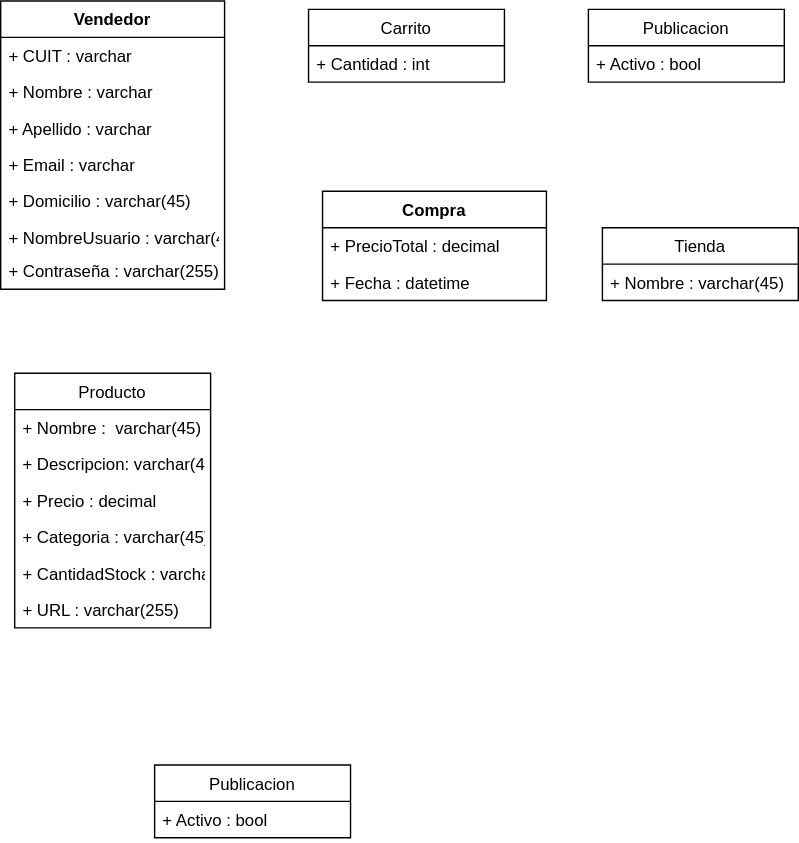
The draw.io diagram Tienda-Online-Vendedorr-main/BD_TiendaOnline/DER.drawio.svg in Bruneizer/Tienda-Online-Vendedorr, before a commit. Source tidied: cells renumbered, new cells last; positions are measured from the earlier drawing's top-left corner, leaving out a move shared by most shapes. Source of this version:
```xml
<mxGraphModel>
  <root>
    <mxCell id="0" />
    <mxCell id="1" parent="0" />
    <mxCell id="2" value="Vendedor" style="swimlane;fontStyle=1;align=center;verticalAlign=top;horizontal=1;startSize=26;" parent="1" vertex="1">
      <mxGeometry width="160" height="206" as="geometry" />
    </mxCell>
    <mxCell id="3" value="+ CUIT : varchar" style="text;strokeColor=none;fillColor=none;align=left;verticalAlign=top;spacingLeft=4;spacingRight=4;overflow=hidden;" parent="2" vertex="1">
      <mxGeometry y="26" width="160" height="26" as="geometry" />
    </mxCell>
    <mxCell id="4" value="+ Nombre : varchar" style="text;strokeColor=none;fillColor=none;align=left;verticalAlign=top;spacingLeft=4;spacingRight=4;overflow=hidden;points=[[0,0.5],[1,0.5]];portConstraint=eastwest;" parent="2" vertex="1">
      <mxGeometry y="52" width="160" height="26" as="geometry" />
    </mxCell>
    <mxCell id="5" value="+ Apellido : varchar" style="text;strokeColor=none;fillColor=none;align=left;verticalAlign=top;spacingLeft=4;spacingRight=4;overflow=hidden;" parent="2" vertex="1">
      <mxGeometry y="78" width="160" height="26" as="geometry" />
    </mxCell>
    <mxCell id="6" value="+ Email : varchar" style="text;strokeColor=none;fillColor=none;align=left;verticalAlign=top;spacingLeft=4;spacingRight=4;overflow=hidden;" parent="2" vertex="1">
      <mxGeometry y="104" width="160" height="26" as="geometry" />
    </mxCell>
    <mxCell id="7" value="+ Domicilio : varchar(45)" style="text;strokeColor=none;fillColor=none;align=left;verticalAlign=top;spacingLeft=4;spacingRight=4;overflow=hidden;" parent="2" vertex="1">
      <mxGeometry y="130" width="160" height="26" as="geometry" />
    </mxCell>
    <mxCell id="8" value="+ NombreUsuario : varchar(45)" style="text;strokeColor=none;fillColor=none;align=left;verticalAlign=top;spacingLeft=4;spacingRight=4;overflow=hidden;" parent="2" vertex="1">
      <mxGeometry y="156" width="160" height="24" as="geometry" />
    </mxCell>
    <mxCell id="9" value="+ Contraseña : varchar(255)" style="text;strokeColor=none;fillColor=none;align=left;verticalAlign=top;spacingLeft=4;spacingRight=4;overflow=hidden;points=[[0,0.5],[1,0.5]];portConstraint=eastwest;" parent="2" vertex="1">
      <mxGeometry y="180" width="160" height="26" as="geometry" />
    </mxCell>
    <mxCell id="10" value="Producto" style="swimlane;fontStyle=0;horizontal=1;startSize=26;fillColor=none;" parent="1" vertex="1">
      <mxGeometry x="10" y="266" width="140" height="182" as="geometry" />
    </mxCell>
    <mxCell id="11" value="+ Nombre :  varchar(45)" style="text;strokeColor=none;fillColor=none;align=left;verticalAlign=top;spacingLeft=4;spacingRight=4;overflow=hidden;" parent="10" vertex="1">
      <mxGeometry y="26" width="140" height="26" as="geometry" />
    </mxCell>
    <mxCell id="12" value="+ Descripcion: varchar(45) " style="text;strokeColor=none;fillColor=none;align=left;verticalAlign=top;spacingLeft=4;spacingRight=4;overflow=hidden;" parent="10" vertex="1">
      <mxGeometry y="52" width="140" height="26" as="geometry" />
    </mxCell>
    <mxCell id="13" value="+ Precio : decimal" style="text;strokeColor=none;fillColor=none;align=left;verticalAlign=top;spacingLeft=4;spacingRight=4;overflow=hidden;" parent="10" vertex="1">
      <mxGeometry y="78" width="140" height="26" as="geometry" />
    </mxCell>
    <mxCell id="14" style="edgeStyle=none;html=1;exitX=0.75;exitY=1;exitDx=0;exitDy=0;" parent="10" edge="1" target="16">
      <mxGeometry relative="1" as="geometry">
        <mxPoint x="105" y="130" as="sourcePoint" />
      </mxGeometry>
    </mxCell>
    <mxCell id="15" value="+ Categoria : varchar(45)" style="text;strokeColor=none;fillColor=none;align=left;verticalAlign=top;spacingLeft=4;spacingRight=4;overflow=hidden;" parent="10" vertex="1">
      <mxGeometry y="104" width="140" height="26" as="geometry" />
    </mxCell>
    <mxCell id="16" value="+ CantidadStock : varchar(45)&#10;" style="text;strokeColor=none;fillColor=none;align=left;verticalAlign=top;spacingLeft=4;spacingRight=4;overflow=hidden;points=[[0,0.5],[1,0.5]];portConstraint=eastwest;" parent="10" vertex="1">
      <mxGeometry y="130" width="140" height="26" as="geometry" />
    </mxCell>
    <mxCell id="17" value="+ URL : varchar(255)" style="text;strokeColor=none;fillColor=none;align=left;verticalAlign=top;spacingLeft=4;spacingRight=4;overflow=hidden;points=[[0,0.5],[1,0.5]];portConstraint=eastwest;" parent="10" vertex="1">
      <mxGeometry y="156" width="140" height="26" as="geometry" />
    </mxCell>
    <mxCell id="18" value="Compra" style="swimlane;fontStyle=1;align=center;verticalAlign=top;horizontal=1;startSize=26;" parent="1" vertex="1">
      <mxGeometry x="230" y="136" width="160" height="78" as="geometry" />
    </mxCell>
    <mxCell id="19" value="+ PrecioTotal : decimal" style="text;strokeColor=none;fillColor=none;align=left;verticalAlign=top;spacingLeft=4;spacingRight=4;overflow=hidden;" parent="18" vertex="1">
      <mxGeometry y="26" width="160" height="26" as="geometry" />
    </mxCell>
    <mxCell id="20" value="+ Fecha : datetime" style="text;strokeColor=none;fillColor=none;align=left;verticalAlign=top;spacingLeft=4;spacingRight=4;overflow=hidden;" parent="18" vertex="1">
      <mxGeometry y="52" width="160" height="26" as="geometry" />
    </mxCell>
    <mxCell id="21" value="Carrito" style="swimlane;fontStyle=0;horizontal=1;startSize=26;fillColor=none;" parent="1" vertex="1">
      <mxGeometry x="220" y="6" width="140" height="52" as="geometry" />
    </mxCell>
    <mxCell id="22" value="+ Cantidad : int" style="text;strokeColor=none;fillColor=none;align=left;verticalAlign=top;spacingLeft=4;spacingRight=4;overflow=hidden;" parent="21" vertex="1">
      <mxGeometry y="26" width="140" height="26" as="geometry" />
    </mxCell>
    <mxCell id="23" value="Publicacion" style="swimlane;fontStyle=0;horizontal=1;startSize=26;fillColor=none;" parent="1" vertex="1">
      <mxGeometry x="110" y="546" width="140" height="52" as="geometry" />
    </mxCell>
    <mxCell id="24" value="+ Activo : bool" style="text;strokeColor=none;fillColor=none;align=left;verticalAlign=top;spacingLeft=4;spacingRight=4;overflow=hidden;" parent="23" vertex="1">
      <mxGeometry y="26" width="140" height="26" as="geometry" />
    </mxCell>
    <mxCell id="25" value="Tienda" style="swimlane;fontStyle=0;horizontal=1;startSize=26;fillColor=none;" parent="1" vertex="1">
      <mxGeometry x="430" y="162" width="140" height="52" as="geometry" />
    </mxCell>
    <mxCell id="26" value="+ Nombre : varchar(45)" style="text;strokeColor=none;fillColor=none;align=left;verticalAlign=top;spacingLeft=4;spacingRight=4;overflow=hidden;" parent="25" vertex="1">
      <mxGeometry y="26" width="140" height="26" as="geometry" />
    </mxCell>
    <mxCell id="27" value="Publicacion" style="swimlane;fontStyle=0;horizontal=1;startSize=26;fillColor=none;" parent="1" vertex="1">
      <mxGeometry x="420" y="6" width="140" height="52" as="geometry" />
    </mxCell>
    <mxCell id="28" value="+ Activo : bool" style="text;strokeColor=none;fillColor=none;align=left;verticalAlign=top;spacingLeft=4;spacingRight=4;overflow=hidden;" parent="27" vertex="1">
      <mxGeometry y="26" width="140" height="26" as="geometry" />
    </mxCell>
  </root>
</mxGraphModel>
```
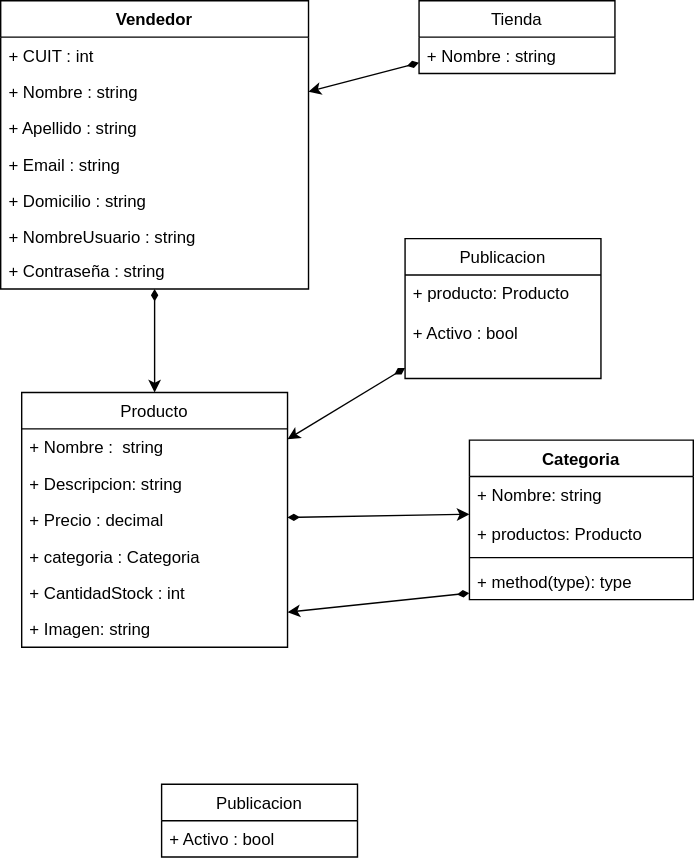
Later version of the same file.

Change to the diagram source:
```diff
@@ -3,87 +3,99 @@
     <mxCell id="0" />
     <mxCell id="1" parent="0" />
     <mxCell id="2" value="Vendedor" style="swimlane;fontStyle=1;align=center;verticalAlign=top;horizontal=1;startSize=26;" parent="1" vertex="1">
-      <mxGeometry width="160" height="206" as="geometry" />
+      <mxGeometry x="-5" y="-14" width="220" height="206" as="geometry" />
     </mxCell>
-    <mxCell id="3" value="+ CUIT : varchar" style="text;strokeColor=none;fillColor=none;align=left;verticalAlign=top;spacingLeft=4;spacingRight=4;overflow=hidden;" parent="2" vertex="1">
-      <mxGeometry y="26" width="160" height="26" as="geometry" />
+    <mxCell id="3" value="+ CUIT : int" style="text;strokeColor=none;fillColor=none;align=left;verticalAlign=top;spacingLeft=4;spacingRight=4;overflow=hidden;" parent="2" vertex="1">
+      <mxGeometry y="26" width="220" height="26" as="geometry" />
     </mxCell>
-    <mxCell id="4" value="+ Nombre : varchar" style="text;strokeColor=none;fillColor=none;align=left;verticalAlign=top;spacingLeft=4;spacingRight=4;overflow=hidden;points=[[0,0.5],[1,0.5]];portConstraint=eastwest;" parent="2" vertex="1">
-      <mxGeometry y="52" width="160" height="26" as="geometry" />
+    <mxCell id="4" value="+ Nombre : string" style="text;strokeColor=none;fillColor=none;align=left;verticalAlign=top;spacingLeft=4;spacingRight=4;overflow=hidden;points=[[0,0.5],[1,0.5]];portConstraint=eastwest;" parent="2" vertex="1">
+      <mxGeometry y="52" width="220" height="26" as="geometry" />
     </mxCell>
-    <mxCell id="5" value="+ Apellido : varchar" style="text;strokeColor=none;fillColor=none;align=left;verticalAlign=top;spacingLeft=4;spacingRight=4;overflow=hidden;" parent="2" vertex="1">
-      <mxGeometry y="78" width="160" height="26" as="geometry" />
+    <mxCell id="5" value="+ Apellido : string" style="text;strokeColor=none;fillColor=none;align=left;verticalAlign=top;spacingLeft=4;spacingRight=4;overflow=hidden;" parent="2" vertex="1">
+      <mxGeometry y="78" width="220" height="26" as="geometry" />
     </mxCell>
-    <mxCell id="6" value="+ Email : varchar" style="text;strokeColor=none;fillColor=none;align=left;verticalAlign=top;spacingLeft=4;spacingRight=4;overflow=hidden;" parent="2" vertex="1">
-      <mxGeometry y="104" width="160" height="26" as="geometry" />
+    <mxCell id="6" value="+ Email : string" style="text;strokeColor=none;fillColor=none;align=left;verticalAlign=top;spacingLeft=4;spacingRight=4;overflow=hidden;" parent="2" vertex="1">
+      <mxGeometry y="104" width="220" height="26" as="geometry" />
     </mxCell>
-    <mxCell id="7" value="+ Domicilio : varchar(45)" style="text;strokeColor=none;fillColor=none;align=left;verticalAlign=top;spacingLeft=4;spacingRight=4;overflow=hidden;" parent="2" vertex="1">
-      <mxGeometry y="130" width="160" height="26" as="geometry" />
+    <mxCell id="7" value="+ Domicilio : string" style="text;strokeColor=none;fillColor=none;align=left;verticalAlign=top;spacingLeft=4;spacingRight=4;overflow=hidden;" parent="2" vertex="1">
+      <mxGeometry y="130" width="220" height="26" as="geometry" />
     </mxCell>
-    <mxCell id="8" value="+ NombreUsuario : varchar(45)" style="text;strokeColor=none;fillColor=none;align=left;verticalAlign=top;spacingLeft=4;spacingRight=4;overflow=hidden;" parent="2" vertex="1">
-      <mxGeometry y="156" width="160" height="24" as="geometry" />
+    <mxCell id="8" value="+ NombreUsuario : string" style="text;strokeColor=none;fillColor=none;align=left;verticalAlign=top;spacingLeft=4;spacingRight=4;overflow=hidden;" parent="2" vertex="1">
+      <mxGeometry y="156" width="220" height="24" as="geometry" />
     </mxCell>
-    <mxCell id="9" value="+ Contraseña : varchar(255)" style="text;strokeColor=none;fillColor=none;align=left;verticalAlign=top;spacingLeft=4;spacingRight=4;overflow=hidden;points=[[0,0.5],[1,0.5]];portConstraint=eastwest;" parent="2" vertex="1">
-      <mxGeometry y="180" width="160" height="26" as="geometry" />
+    <mxCell id="9" value="+ Contraseña : string" style="text;strokeColor=none;fillColor=none;align=left;verticalAlign=top;spacingLeft=4;spacingRight=4;overflow=hidden;points=[[0,0.5],[1,0.5]];portConstraint=eastwest;" parent="2" vertex="1">
+      <mxGeometry y="180" width="220" height="26" as="geometry" />
     </mxCell>
+    <mxCell id="29" style="edgeStyle=none;html=1;entryX=0;entryY=0.5;entryDx=0;entryDy=0;startArrow=diamondThin;startFill=1;" parent="1" edge="1" source="10" target="33">
+      <mxGeometry relative="1" as="geometry" />
+    </mxCell>
     <mxCell id="10" value="Producto" style="swimlane;fontStyle=0;horizontal=1;startSize=26;fillColor=none;" parent="1" vertex="1">
-      <mxGeometry x="10" y="266" width="140" height="182" as="geometry" />
+      <mxGeometry x="10" y="266" width="190" height="182" as="geometry" />
     </mxCell>
-    <mxCell id="11" value="+ Nombre :  varchar(45)" style="text;strokeColor=none;fillColor=none;align=left;verticalAlign=top;spacingLeft=4;spacingRight=4;overflow=hidden;" parent="10" vertex="1">
-      <mxGeometry y="26" width="140" height="26" as="geometry" />
+    <mxCell id="11" value="+ Nombre :  string" style="text;strokeColor=none;fillColor=none;align=left;verticalAlign=top;spacingLeft=4;spacingRight=4;overflow=hidden;" parent="10" vertex="1">
+      <mxGeometry y="26" width="190" height="26" as="geometry" />
     </mxCell>
-    <mxCell id="12" value="+ Descripcion: varchar(45) " style="text;strokeColor=none;fillColor=none;align=left;verticalAlign=top;spacingLeft=4;spacingRight=4;overflow=hidden;" parent="10" vertex="1">
-      <mxGeometry y="52" width="140" height="26" as="geometry" />
+    <mxCell id="12" value="+ Descripcion: string" style="text;strokeColor=none;fillColor=none;align=left;verticalAlign=top;spacingLeft=4;spacingRight=4;overflow=hidden;" parent="10" vertex="1">
+      <mxGeometry y="52" width="190" height="26" as="geometry" />
     </mxCell>
     <mxCell id="13" value="+ Precio : decimal" style="text;strokeColor=none;fillColor=none;align=left;verticalAlign=top;spacingLeft=4;spacingRight=4;overflow=hidden;" parent="10" vertex="1">
-      <mxGeometry y="78" width="140" height="26" as="geometry" />
+      <mxGeometry y="78" width="190" height="26" as="geometry" />
     </mxCell>
     <mxCell id="14" style="edgeStyle=none;html=1;exitX=0.75;exitY=1;exitDx=0;exitDy=0;" parent="10" edge="1" target="16">
       <mxGeometry relative="1" as="geometry">
         <mxPoint x="105" y="130" as="sourcePoint" />
       </mxGeometry>
     </mxCell>
-    <mxCell id="15" value="+ Categoria : varchar(45)" style="text;strokeColor=none;fillColor=none;align=left;verticalAlign=top;spacingLeft=4;spacingRight=4;overflow=hidden;" parent="10" vertex="1">
-      <mxGeometry y="104" width="140" height="26" as="geometry" />
+    <mxCell id="15" value="+ categoria : Categoria" style="text;strokeColor=none;fillColor=none;align=left;verticalAlign=top;spacingLeft=4;spacingRight=4;overflow=hidden;" parent="10" vertex="1">
+      <mxGeometry y="104" width="190" height="26" as="geometry" />
     </mxCell>
-    <mxCell id="16" value="+ CantidadStock : varchar(45)&#10;" style="text;strokeColor=none;fillColor=none;align=left;verticalAlign=top;spacingLeft=4;spacingRight=4;overflow=hidden;points=[[0,0.5],[1,0.5]];portConstraint=eastwest;" parent="10" vertex="1">
-      <mxGeometry y="130" width="140" height="26" as="geometry" />
+    <mxCell id="16" value="+ CantidadStock : int" style="text;strokeColor=none;fillColor=none;align=left;verticalAlign=top;spacingLeft=4;spacingRight=4;overflow=hidden;points=[[0,0.5],[1,0.5]];portConstraint=eastwest;" parent="10" vertex="1">
+      <mxGeometry y="130" width="190" height="26" as="geometry" />
     </mxCell>
-    <mxCell id="17" value="+ URL : varchar(255)" style="text;strokeColor=none;fillColor=none;align=left;verticalAlign=top;spacingLeft=4;spacingRight=4;overflow=hidden;points=[[0,0.5],[1,0.5]];portConstraint=eastwest;" parent="10" vertex="1">
-      <mxGeometry y="156" width="140" height="26" as="geometry" />
+    <mxCell id="17" value="+ Imagen: string" style="text;strokeColor=none;fillColor=none;align=left;verticalAlign=top;spacingLeft=4;spacingRight=4;overflow=hidden;points=[[0,0.5],[1,0.5]];portConstraint=eastwest;" parent="10" vertex="1">
+      <mxGeometry y="156" width="190" height="26" as="geometry" />
     </mxCell>
-    <mxCell id="18" value="Compra" style="swimlane;fontStyle=1;align=center;verticalAlign=top;horizontal=1;startSize=26;" parent="1" vertex="1">
-      <mxGeometry x="230" y="136" width="160" height="78" as="geometry" />
-    </mxCell>
-    <mxCell id="19" value="+ PrecioTotal : decimal" style="text;strokeColor=none;fillColor=none;align=left;verticalAlign=top;spacingLeft=4;spacingRight=4;overflow=hidden;" parent="18" vertex="1">
-      <mxGeometry y="26" width="160" height="26" as="geometry" />
-    </mxCell>
-    <mxCell id="20" value="+ Fecha : datetime" style="text;strokeColor=none;fillColor=none;align=left;verticalAlign=top;spacingLeft=4;spacingRight=4;overflow=hidden;" parent="18" vertex="1">
-      <mxGeometry y="52" width="160" height="26" as="geometry" />
-    </mxCell>
-    <mxCell id="21" value="Carrito" style="swimlane;fontStyle=0;horizontal=1;startSize=26;fillColor=none;" parent="1" vertex="1">
-      <mxGeometry x="220" y="6" width="140" height="52" as="geometry" />
-    </mxCell>
-    <mxCell id="22" value="+ Cantidad : int" style="text;strokeColor=none;fillColor=none;align=left;verticalAlign=top;spacingLeft=4;spacingRight=4;overflow=hidden;" parent="21" vertex="1">
-      <mxGeometry y="26" width="140" height="26" as="geometry" />
-    </mxCell>
     <mxCell id="23" value="Publicacion" style="swimlane;fontStyle=0;horizontal=1;startSize=26;fillColor=none;" parent="1" vertex="1">
       <mxGeometry x="110" y="546" width="140" height="52" as="geometry" />
     </mxCell>
     <mxCell id="24" value="+ Activo : bool" style="text;strokeColor=none;fillColor=none;align=left;verticalAlign=top;spacingLeft=4;spacingRight=4;overflow=hidden;" parent="23" vertex="1">
       <mxGeometry y="26" width="140" height="26" as="geometry" />
     </mxCell>
+    <mxCell id="30" style="edgeStyle=none;html=1;entryX=1;entryY=0.5;entryDx=0;entryDy=0;startArrow=diamondThin;startFill=1;" parent="1" edge="1" source="25" target="4">
+      <mxGeometry relative="1" as="geometry" />
+    </mxCell>
     <mxCell id="25" value="Tienda" style="swimlane;fontStyle=0;horizontal=1;startSize=26;fillColor=none;" parent="1" vertex="1">
-      <mxGeometry x="430" y="162" width="140" height="52" as="geometry" />
+      <mxGeometry x="294" y="-14" width="140" height="52" as="geometry" />
     </mxCell>
-    <mxCell id="26" value="+ Nombre : varchar(45)" style="text;strokeColor=none;fillColor=none;align=left;verticalAlign=top;spacingLeft=4;spacingRight=4;overflow=hidden;" parent="25" vertex="1">
+    <mxCell id="26" value="+ Nombre : string" style="text;strokeColor=none;fillColor=none;align=left;verticalAlign=top;spacingLeft=4;spacingRight=4;overflow=hidden;" parent="25" vertex="1">
       <mxGeometry y="26" width="140" height="26" as="geometry" />
     </mxCell>
+    <mxCell id="31" style="edgeStyle=none;html=1;startArrow=diamondThin;startFill=1;" parent="1" edge="1" source="27" target="10">
+      <mxGeometry relative="1" as="geometry" />
+    </mxCell>
     <mxCell id="27" value="Publicacion" style="swimlane;fontStyle=0;horizontal=1;startSize=26;fillColor=none;" parent="1" vertex="1">
-      <mxGeometry x="420" y="6" width="140" height="52" as="geometry" />
+      <mxGeometry x="284" y="156" width="140" height="100" as="geometry" />
     </mxCell>
-    <mxCell id="28" value="+ Activo : bool" style="text;strokeColor=none;fillColor=none;align=left;verticalAlign=top;spacingLeft=4;spacingRight=4;overflow=hidden;" parent="27" vertex="1">
-      <mxGeometry y="26" width="140" height="26" as="geometry" />
+    <mxCell id="28" value="+ producto: Producto&#10;&#10;+ Activo : bool" style="text;strokeColor=none;fillColor=none;align=left;verticalAlign=top;spacingLeft=4;spacingRight=4;overflow=hidden;" parent="27" vertex="1">
+      <mxGeometry y="26" width="140" height="74" as="geometry" />
     </mxCell>
+    <mxCell id="32" value="Categoria" style="swimlane;fontStyle=1;align=center;verticalAlign=top;horizontal=1;startSize=26;" parent="1" vertex="1">
+      <mxGeometry x="330" y="300" width="160" height="114" as="geometry" />
+    </mxCell>
+    <mxCell id="33" value="+ Nombre: string&#10;&#10;+ productos: Producto" style="text;strokeColor=none;fillColor=none;align=left;verticalAlign=top;spacingLeft=4;spacingRight=4;overflow=hidden;points=[[0,0.5],[1,0.5]];portConstraint=eastwest;" parent="32" vertex="1">
+      <mxGeometry y="26" width="160" height="54" as="geometry" />
+    </mxCell>
+    <mxCell id="34" style="line;strokeWidth=1;fillColor=none;align=left;verticalAlign=middle;spacingTop=-1;spacingLeft=3;spacingRight=3;labelPosition=right;strokeColor=inherit;" parent="32" vertex="1">
+      <mxGeometry y="80" width="160" height="8" as="geometry" />
+    </mxCell>
+    <mxCell id="35" value="+ method(type): type" style="text;strokeColor=none;fillColor=none;align=left;verticalAlign=top;spacingLeft=4;spacingRight=4;overflow=hidden;points=[[0,0.5],[1,0.5]];portConstraint=eastwest;" parent="32" vertex="1">
+      <mxGeometry y="88" width="160" height="26" as="geometry" />
+    </mxCell>
+    <mxCell id="36" style="edgeStyle=none;html=1;entryX=0.5;entryY=0;entryDx=0;entryDy=0;startArrow=diamondThin;startFill=1;" parent="1" edge="1" source="9" target="10">
+      <mxGeometry relative="1" as="geometry" />
+    </mxCell>
+    <mxCell id="37" style="edgeStyle=none;html=1;entryX=1;entryY=0.038;entryDx=0;entryDy=0;entryPerimeter=0;startArrow=diamondThin;startFill=1;" parent="1" edge="1" source="35" target="17">
+      <mxGeometry relative="1" as="geometry" />
+    </mxCell>
   </root>
 </mxGraphModel>
```
